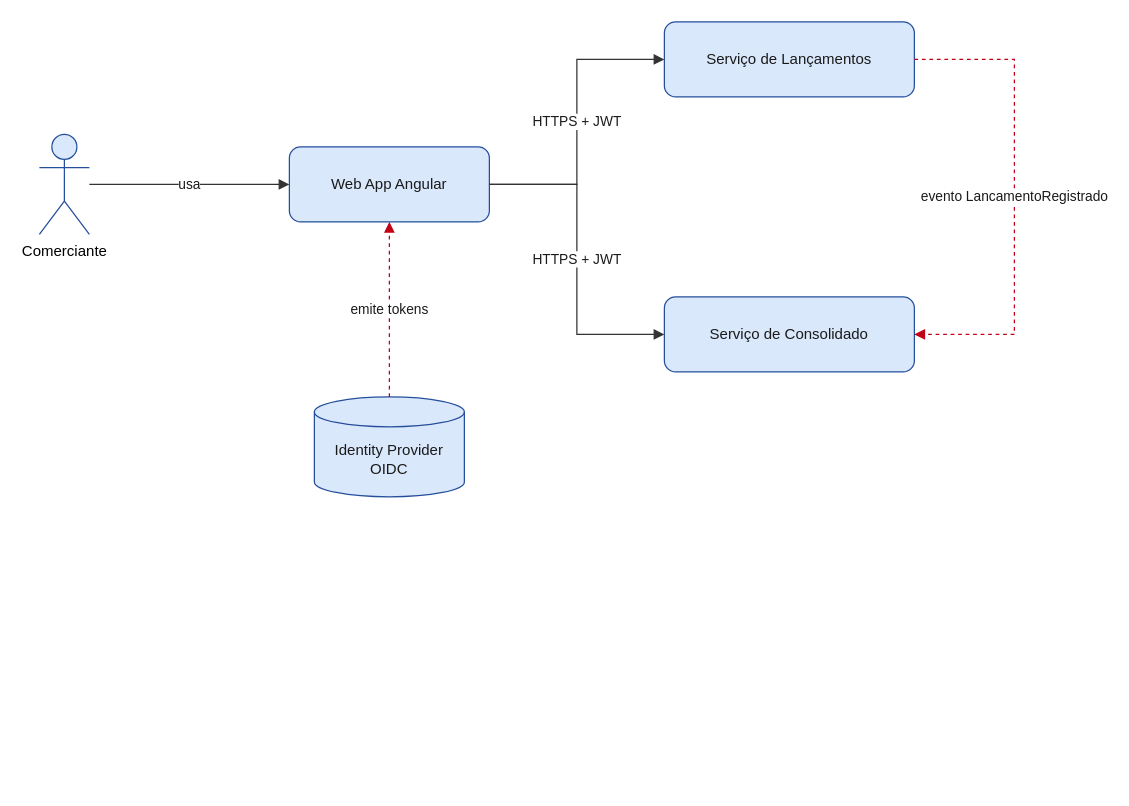
AugustinhoCelestino/verx keeps this draw.io diagram as page "2.1 Contexto (C4 nível 1)" (1 of 3) of docs/diagramas/arquitetura-alvo.drawio. Above is the earlier version. Source tidied: cells renumbered, new cells numbered last; positions are measured from the earlier drawing's top-left corner, leaving out a move shared by most shapes. Both pictures are drawn from the tidied source at 125%, with x=0, y=0 at pixel (39, 21).
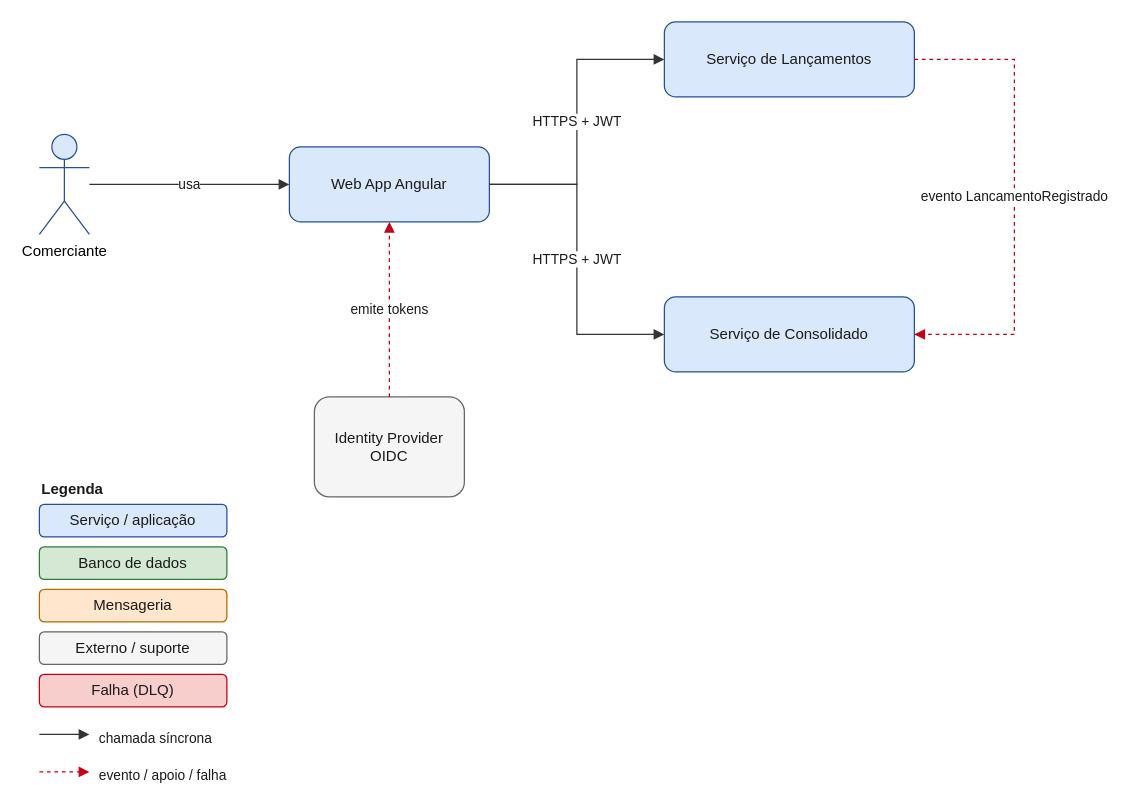
The same page after the edit.

Diff of the diagram source:
```diff
@@
-    <mxCell id="6" value="Identity Provider OIDC" style="shape=cylinder3;whiteSpace=wrap;html=1;boundedLbl=1;backgroundOutline=1;size=12;fillColor=#DAE8FC;strokeColor=#254F9B;fontColor=#1A1A1A;" parent="1" vertex="1">
+    <mxCell id="6" value="Identity Provider OIDC" style="rounded=1;whiteSpace=wrap;html=1;fillColor=#F5F5F5;strokeColor=#666666;fontColor=#1A1A1A;" parent="1" vertex="1">
       <mxGeometry x="220" y="300" width="120" height="80" as="geometry" />
     </mxCell>
@@
+    <mxCell id="12" value="Legenda" style="text;html=1;fontStyle=1;align=left;fontColor=#1A1A1A;" parent="1" vertex="1">
+      <mxGeometry y="360" width="120" height="20" as="geometry" />
+    </mxCell>
+    <mxCell id="13" value="Serviço / aplicação" style="rounded=1;whiteSpace=wrap;html=1;fillColor=#DAE8FC;strokeColor=#254F9B;fontColor=#1A1A1A;" parent="1" vertex="1">
+      <mxGeometry y="386" width="150" height="26" as="geometry" />
+    </mxCell>
+    <mxCell id="14" value="Banco de dados" style="rounded=1;whiteSpace=wrap;html=1;boundedLbl=1;backgroundOutline=1;size=12;fillColor=#D5E8D4;strokeColor=#2E7D32;fontColor=#1A1A1A;" parent="1" vertex="1">
+      <mxGeometry y="420" width="150" height="26" as="geometry" />
+    </mxCell>
+    <mxCell id="15" value="Mensageria" style="rounded=1;whiteSpace=wrap;html=1;fillColor=#FFE6CC;strokeColor=#B36B00;fontColor=#1A1A1A;" parent="1" vertex="1">
+      <mxGeometry y="454" width="150" height="26" as="geometry" />
+    </mxCell>
+    <mxCell id="16" value="Externo / suporte" style="rounded=1;whiteSpace=wrap;html=1;fillColor=#F5F5F5;strokeColor=#666666;fontColor=#1A1A1A;" parent="1" vertex="1">
+      <mxGeometry y="488" width="150" height="26" as="geometry" />
+    </mxCell>
+    <mxCell id="17" value="Falha (DLQ)" style="rounded=1;whiteSpace=wrap;html=1;fillColor=#F8CECC;strokeColor=#C20016;fontColor=#1A1A1A;" parent="1" vertex="1">
+      <mxGeometry y="522" width="150" height="26" as="geometry" />
+    </mxCell>
+    <mxCell id="18" style="endArrow=block;endFill=1;html=1;strokeColor=#333333;fontColor=#1A1A1A;labelBackgroundColor=#FFFFFF;edgeStyle=orthogonalEdgeStyle;rounded=0;" parent="1" edge="1">
+      <mxGeometry relative="1" as="geometry">
+        <mxPoint y="570" as="sourcePoint" />
+        <mxPoint x="40" y="570" as="targetPoint" />
+      </mxGeometry>
+    </mxCell>
+    <mxCell id="19" value="chamada síncrona" style="text;html=1;align=left;fontSize=11;fontColor=#1A1A1A;" parent="1" vertex="1">
+      <mxGeometry x="46" y="560" width="110" height="20" as="geometry" />
+    </mxCell>
+    <mxCell id="20" style="endArrow=block;endFill=1;html=1;strokeColor=#C20016;fontColor=#1A1A1A;labelBackgroundColor=#FFFFFF;edgeStyle=orthogonalEdgeStyle;rounded=0;dashed=1;" parent="1" edge="1">
+      <mxGeometry relative="1" as="geometry">
+        <mxPoint y="600" as="sourcePoint" />
+        <mxPoint x="40" y="600" as="targetPoint" />
+      </mxGeometry>
+    </mxCell>
+    <mxCell id="21" value="evento / apoio / falha" style="text;html=1;align=left;fontSize=11;fontColor=#1A1A1A;" parent="1" vertex="1">
+      <mxGeometry x="46" y="590" width="110" height="20" as="geometry" />
+    </mxCell>
```
